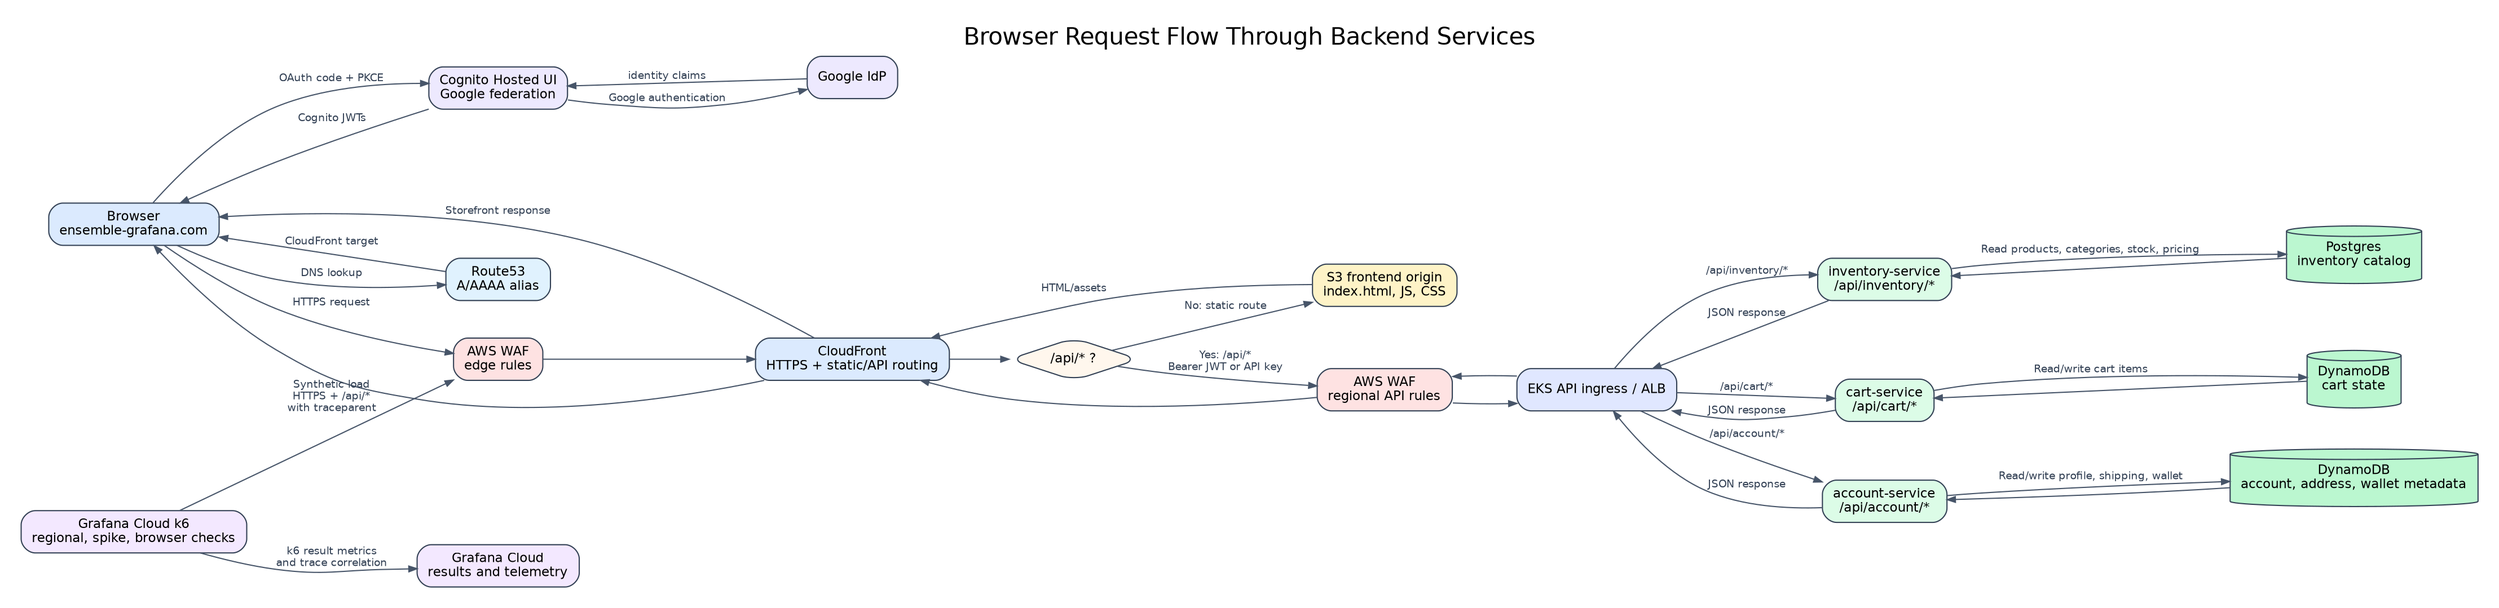
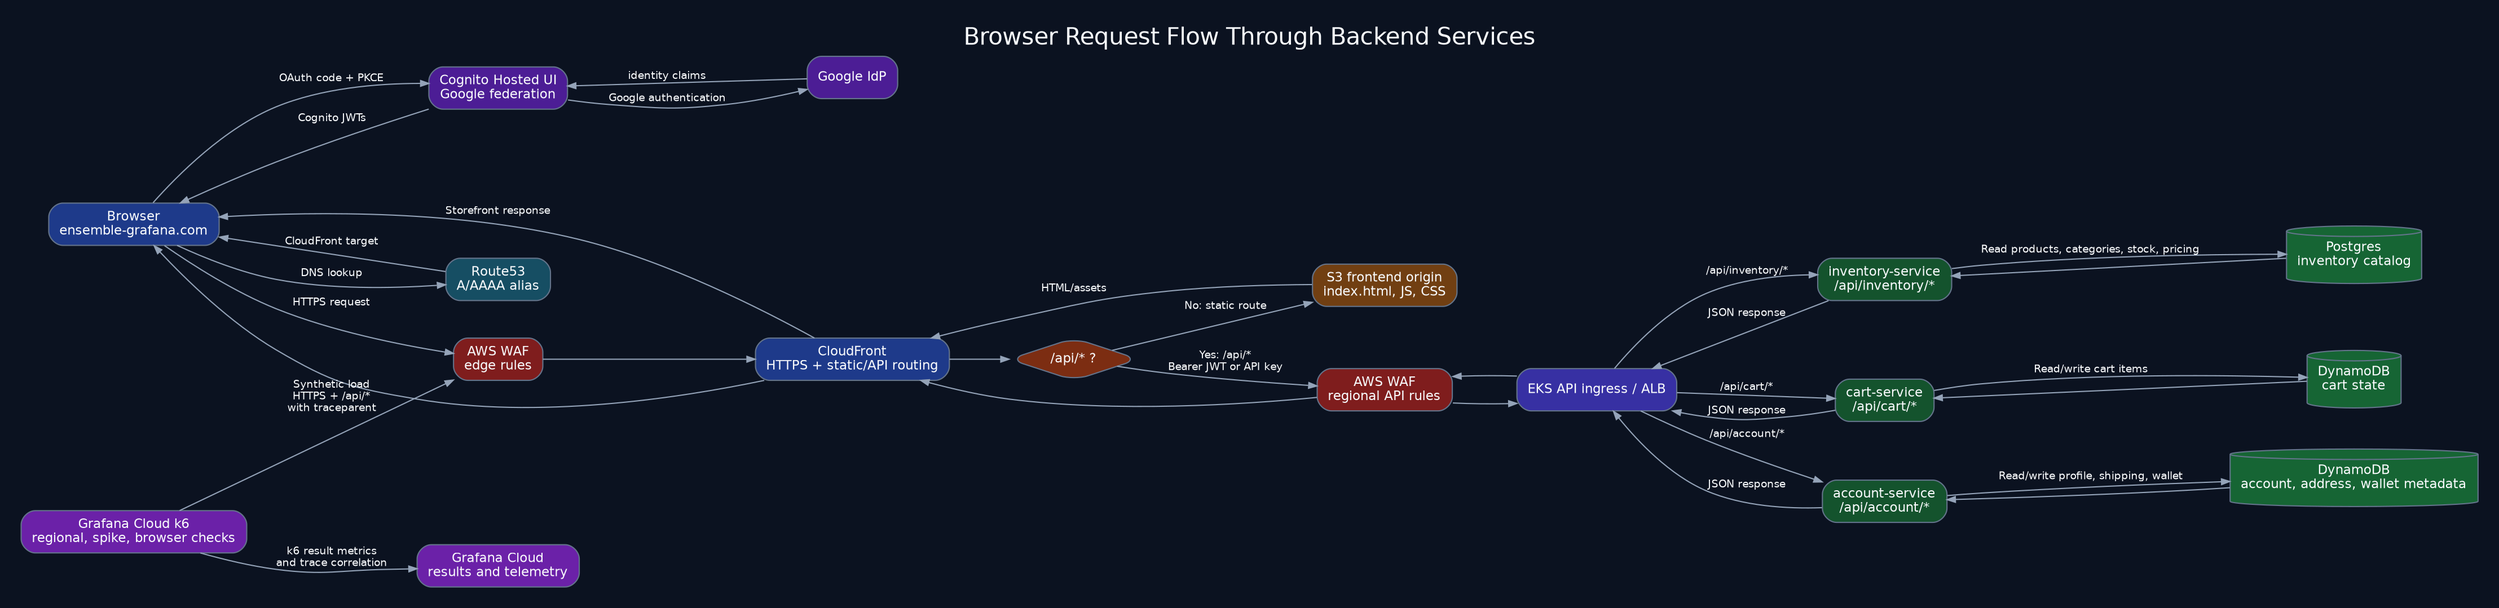
digraph request_flow_diagram {
  rankdir=LR;
  label="Browser Request Flow Through Backend Services";

  graph [
    fontname="Helvetica",
    fontsize=20,
    labelloc=t,
-     bgcolor="white",
+     bgcolor="#0b1220",
+     fontcolor="#f8fafc",
    pad=0.25,
    nodesep=0.45,
    ranksep=0.7
  ];
  node [
    shape=box,
    style="rounded,filled",
    fontname="Helvetica",
    fontsize=11,
-     color="#334155",
-     fillcolor="#f8fafc",
+     color="#64748b",
+     fillcolor="#111827",
+     fontcolor="#f8fafc",
    margin="0.12,0.08"
  ];
  edge [
    fontname="Helvetica",
    fontsize=9,
-     color="#475569",
-     fontcolor="#334155",
+     color="#94a3b8",
+     fontcolor="#f8fafc",
    arrowsize=0.7
  ];


-   browser [label="Browser\nensemble-grafana.com", fillcolor="#dbeafe"];
-   dns [label="Route53\nA/AAAA alias", fillcolor="#e0f2fe"];
-   wafEdge [label="AWS WAF\nedge rules", fillcolor="#fee2e2"];
-   cf [label="CloudFront\nHTTPS + static/API routing", fillcolor="#dbeafe"];
-   apiPath [label="/api/* ?", shape=diamond, fillcolor="#fff7ed"];
-   s3 [label="S3 frontend origin\nindex.html, JS, CSS", fillcolor="#fef3c7"];
-   cognito [label="Cognito Hosted UI\nGoogle federation", fillcolor="#ede9fe"];
-   google [label="Google IdP", fillcolor="#ede9fe"];
-   apiWaf [label="AWS WAF\nregional API rules", fillcolor="#fee2e2"];
-   ingress [label="EKS API ingress / ALB", fillcolor="#e0e7ff"];
-   k6 [label="Grafana Cloud k6\nregional, spike, browser checks", fillcolor="#f3e8ff"];
-   grafana [label="Grafana Cloud\nresults and telemetry", fillcolor="#f3e8ff"];
+   browser [label="Browser\nensemble-grafana.com", fillcolor="#1e3a8a"];
+   dns [label="Route53\nA/AAAA alias", fillcolor="#164e63"];
+   wafEdge [label="AWS WAF\nedge rules", fillcolor="#7f1d1d"];
+   cf [label="CloudFront\nHTTPS + static/API routing", fillcolor="#1e3a8a"];
+   apiPath [label="/api/* ?", shape=diamond, fillcolor="#7c2d12"];
+   s3 [label="S3 frontend origin\nindex.html, JS, CSS", fillcolor="#713f12"];
+   cognito [label="Cognito Hosted UI\nGoogle federation", fillcolor="#4c1d95"];
+   google [label="Google IdP", fillcolor="#4c1d95"];
+   apiWaf [label="AWS WAF\nregional API rules", fillcolor="#7f1d1d"];
+   ingress [label="EKS API ingress / ALB", fillcolor="#3730a3"];
+   k6 [label="Grafana Cloud k6\nregional, spike, browser checks", fillcolor="#6b21a8"];
+   grafana [label="Grafana Cloud\nresults and telemetry", fillcolor="#6b21a8"];

-   inventory [label="inventory-service\n/api/inventory/*", fillcolor="#dcfce7"];
-   cart [label="cart-service\n/api/cart/*", fillcolor="#dcfce7"];
-   account [label="account-service\n/api/account/*", fillcolor="#dcfce7"];
-   postgres [label="Postgres\ninventory catalog", shape=cylinder, fillcolor="#bbf7d0"];
-   dynamoCart [label="DynamoDB\ncart state", shape=cylinder, fillcolor="#bbf7d0"];
-   dynamoAccount [label="DynamoDB\naccount, address, wallet metadata", shape=cylinder, fillcolor="#bbf7d0"];
+   inventory [label="inventory-service\n/api/inventory/*", fillcolor="#14532d"];
+   cart [label="cart-service\n/api/cart/*", fillcolor="#14532d"];
+   account [label="account-service\n/api/account/*", fillcolor="#14532d"];
+   postgres [label="Postgres\ninventory catalog", shape=cylinder, fillcolor="#166534"];
+   dynamoCart [label="DynamoDB\ncart state", shape=cylinder, fillcolor="#166534"];
+   dynamoAccount [label="DynamoDB\naccount, address, wallet metadata", shape=cylinder, fillcolor="#166534"];

  browser -> dns [label="DNS lookup"];
  dns -> browser [label="CloudFront target"];
  browser -> wafEdge [label="HTTPS request"];
  browser -> cognito [label="OAuth code + PKCE"];
  cognito -> google [label="Google authentication"];
  google -> cognito [label="identity claims"];
  cognito -> browser [label="Cognito JWTs"];
  k6 -> wafEdge [label="Synthetic load\nHTTPS + /api/*\nwith traceparent"];
  wafEdge -> cf;
  cf -> apiPath;
  apiPath -> s3 [label="No: static route"];
  s3 -> cf [label="HTML/assets"];
  cf -> browser [label="Storefront response"];

  apiPath -> apiWaf [label="Yes: /api/*\nBearer JWT or API key"];
  apiWaf -> ingress;
  ingress -> inventory [label="/api/inventory/*"];
  ingress -> cart [label="/api/cart/*"];
  ingress -> account [label="/api/account/*"];
  inventory -> postgres [label="Read products, categories, stock, pricing"];
  postgres -> inventory;
  cart -> dynamoCart [label="Read/write cart items"];
  dynamoCart -> cart;
  account -> dynamoAccount [label="Read/write profile, shipping, wallet"];
  dynamoAccount -> account;
  inventory -> ingress [label="JSON response"];
  cart -> ingress [label="JSON response"];
  account -> ingress [label="JSON response"];
  ingress -> apiWaf -> cf -> browser;
  k6 -> grafana [label="k6 result metrics\nand trace correlation"];
}
